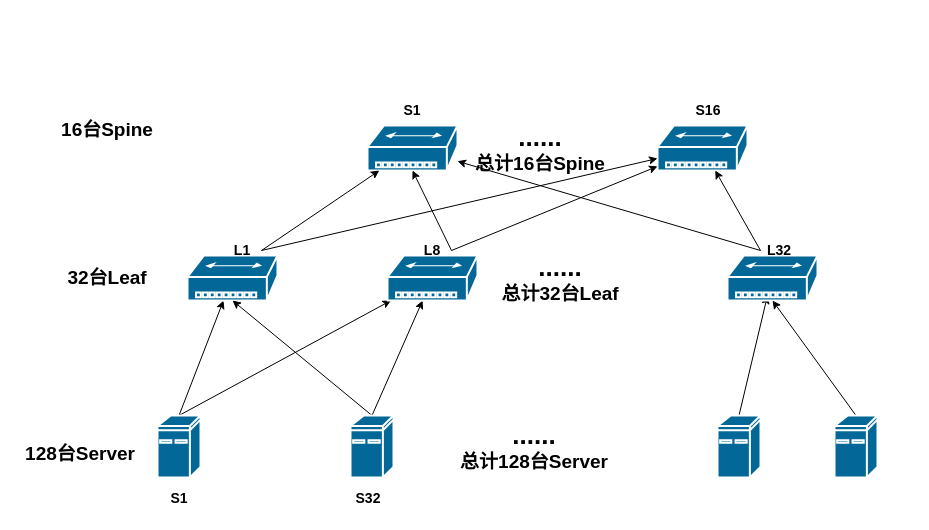
This is ib-h100.drawio from hel-2000/network-draw, a draw.io file, before an edit. Source tidied: cells renumbered, new cells numbered last; positions are measured from the earlier drawing's top-left corner, leaving out a move shared by most shapes. Both pictures are drawn from the tidied source at 100%, with x=0, y=0 at pixel (17, 95).
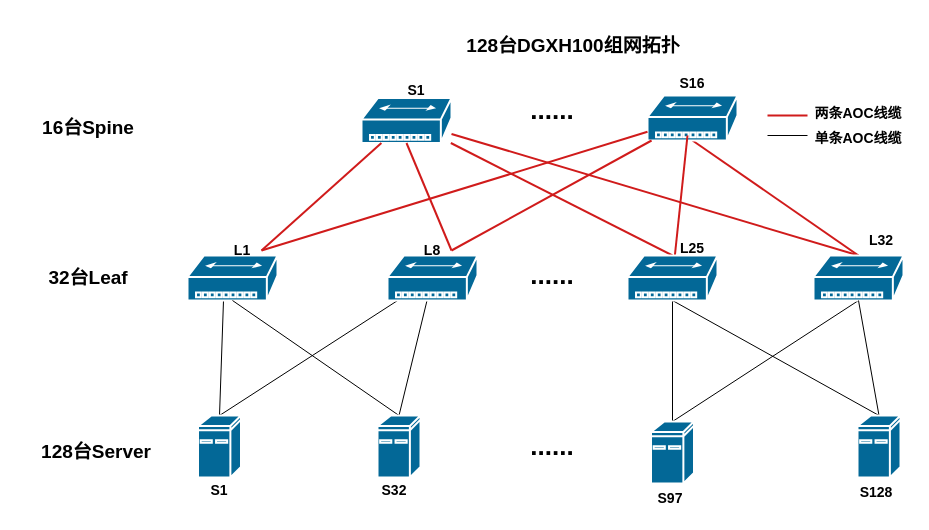
After the change.

The change refers to these unchanged cells:
```xml
<mxCell id="5" style="shape=mxgraph.cisco.hubs_and_gateways.small_hub;sketch=0;html=1;dashed=0;fillColor=#036897;strokeColor=#ffffff;strokeWidth=2;verticalLabelPosition=bottom;verticalAlign=top;align=center;outlineConnect=0;" parent="1" vertex="1">
  <mxGeometry x="170" y="160" width="90" height="45" as="geometry" />
</mxCell>
<mxCell id="19" style="shape=mxgraph.cisco.hubs_and_gateways.small_hub;sketch=0;html=1;dashed=0;fillColor=#036897;strokeColor=#ffffff;strokeWidth=2;verticalLabelPosition=bottom;verticalAlign=top;align=center;outlineConnect=0;" parent="1" vertex="1">
  <mxGeometry x="370" y="160" width="90" height="45" as="geometry" />
</mxCell>
<mxCell id="22" value="&lt;b style=&quot;&quot;&gt;&lt;font style=&quot;font-size: 14px;&quot;&gt;L1&lt;/font&gt;&lt;/b&gt;" style="text;strokeColor=none;align=center;fillColor=none;html=1;verticalAlign=middle;whiteSpace=wrap;rounded=0;" parent="1" vertex="1">
  <mxGeometry x="206" y="140" width="38" height="30" as="geometry" />
</mxCell>
<mxCell id="25" value="&lt;b style=&quot;&quot;&gt;&lt;font style=&quot;font-size: 14px;&quot;&gt;L8&lt;/font&gt;&lt;/b&gt;" style="text;strokeColor=none;align=center;fillColor=none;html=1;verticalAlign=middle;whiteSpace=wrap;rounded=0;" parent="1" vertex="1">
  <mxGeometry x="396" y="140" width="38" height="30" as="geometry" />
</mxCell>
```

What changed in the source:
```diff
@@
-    <mxCell id="2" style="rounded=0;jettySize=auto;html=1;exitX=0.5;exitY=0;exitDx=0;exitDy=0;exitPerimeter=0;entryX=1;entryY=1;entryDx=0;entryDy=0;" parent="1" edge="1" source="4">
+    <mxCell id="2" style="rounded=0;jettySize=auto;html=1;exitX=0.5;exitY=0;exitDx=0;exitDy=0;exitPerimeter=0;entryX=1;entryY=1;entryDx=0;entryDy=0;endArrow=none;endFill=0;" parent="1" edge="1" source="4">
       <mxGeometry relative="1" as="geometry">
         <mxPoint x="206" y="205" as="targetPoint" />
       </mxGeometry>
     </mxCell>
-    <mxCell id="3" style="rounded=0;jettySize=auto;html=1;exitX=0.5;exitY=0;exitDx=0;exitDy=0;exitPerimeter=0;" parent="1" edge="1" source="4" target="19">
+    <mxCell id="3" style="rounded=0;jettySize=auto;html=1;exitX=0.5;exitY=0;exitDx=0;exitDy=0;exitPerimeter=0;endArrow=none;endFill=0;" parent="1" edge="1" source="4" target="19">
       <mxGeometry relative="1" as="geometry" />
     </mxCell>
     <mxCell id="4" style="shape=mxgraph.cisco.computers_and_peripherals.ibm_mini_as400;sketch=0;html=1;dashed=0;fillColor=#036897;strokeColor=#ffffff;strokeWidth=2;verticalLabelPosition=bottom;verticalAlign=top;align=center;outlineConnect=0;" parent="1" vertex="1">
-      <mxGeometry x="140" y="320" width="43" height="62" as="geometry" />
+      <mxGeometry x="180.5" y="320" width="43" height="62" as="geometry" />
     </mxCell>
@@
-    <mxCell id="6" style="rounded=0;jettySize=auto;html=1;exitX=0.5;exitY=0;exitDx=0;exitDy=0;exitPerimeter=0;entryX=0.5;entryY=1;entryDx=0;entryDy=0;entryPerimeter=0;" parent="1" edge="1" source="8" target="5">
+    <mxCell id="6" style="rounded=0;jettySize=auto;html=1;exitX=0.5;exitY=0;exitDx=0;exitDy=0;exitPerimeter=0;entryX=0.5;entryY=1;entryDx=0;entryDy=0;entryPerimeter=0;endArrow=none;endFill=0;" parent="1" edge="1" source="8" target="5">
       <mxGeometry relative="1" as="geometry" />
     </mxCell>
-    <mxCell id="7" style="rounded=0;jettySize=auto;html=1;exitX=0.5;exitY=0;exitDx=0;exitDy=0;exitPerimeter=0;" parent="1" edge="1" source="8" target="19">
+    <mxCell id="7" style="rounded=0;jettySize=auto;html=1;exitX=0.5;exitY=0;exitDx=0;exitDy=0;exitPerimeter=0;endArrow=none;endFill=0;" parent="1" edge="1" source="8" target="19">
       <mxGeometry relative="1" as="geometry" />
     </mxCell>
     <mxCell id="8" style="shape=mxgraph.cisco.computers_and_peripherals.ibm_mini_as400;sketch=0;html=1;dashed=0;fillColor=#036897;strokeColor=#ffffff;strokeWidth=2;verticalLabelPosition=bottom;verticalAlign=top;align=center;outlineConnect=0;" parent="1" vertex="1">
-      <mxGeometry x="333" y="320" width="43" height="62" as="geometry" />
+      <mxGeometry x="360" y="320" width="43" height="62" as="geometry" />
     </mxCell>
-    <mxCell id="9" style="rounded=0;jettySize=auto;html=1;exitX=0.5;exitY=0;exitDx=0;exitDy=0;exitPerimeter=0;" parent="1" edge="1" source="10">
-      <mxGeometry relative="1" as="geometry">
-        <mxPoint x="750" y="200" as="targetPoint" />
-      </mxGeometry>
-    </mxCell>
+    <mxCell id="36" style="edgeStyle=orthogonalEdgeStyle;rounded=0;jettySize=auto;html=1;exitX=0.5;exitY=0;exitDx=0;exitDy=0;exitPerimeter=0;entryX=0.5;entryY=1;entryDx=0;entryDy=0;entryPerimeter=0;endArrow=none;endFill=0;" parent="1" edge="1" source="10" target="45">
+      <mxGeometry relative="1" as="geometry" />
+    </mxCell>
+    <mxCell id="37" style="rounded=0;jettySize=auto;html=1;exitX=0.5;exitY=0;exitDx=0;exitDy=0;exitPerimeter=0;entryX=0.5;entryY=1;entryDx=0;entryDy=0;entryPerimeter=0;endArrow=none;endFill=0;" parent="1" edge="1" source="10" target="12">
+      <mxGeometry relative="1" as="geometry" />
+    </mxCell>
     <mxCell id="10" style="shape=mxgraph.cisco.computers_and_peripherals.ibm_mini_as400;sketch=0;html=1;dashed=0;fillColor=#036897;strokeColor=#ffffff;strokeWidth=2;verticalLabelPosition=bottom;verticalAlign=top;align=center;outlineConnect=0;" parent="1" vertex="1">
-      <mxGeometry x="700" y="320" width="43" height="62" as="geometry" />
+      <mxGeometry x="633.5" y="326" width="43" height="62" as="geometry" />
     </mxCell>
     <mxCell id="11" style="shape=mxgraph.cisco.hubs_and_gateways.small_hub;sketch=0;html=1;dashed=0;fillColor=#036897;strokeColor=#ffffff;strokeWidth=2;verticalLabelPosition=bottom;verticalAlign=top;align=center;outlineConnect=0;" parent="1" vertex="1">
-      <mxGeometry x="350" y="30" width="90" height="45" as="geometry" />
+      <mxGeometry x="344" y="2.5" width="90" height="45" as="geometry" />
     </mxCell>
+    <mxCell id="38" style="rounded=1;jettySize=auto;html=1;exitX=0.5;exitY=0;exitDx=0;exitDy=0;exitPerimeter=0;entryX=0.5;entryY=1;entryDx=0;entryDy=0;entryPerimeter=0;endArrow=none;endFill=0;strokeWidth=2;strokeColor=#d01b1b;" parent="1" edge="1" source="12" target="13">
+      <mxGeometry relative="1" as="geometry" />
+    </mxCell>
+    <mxCell id="39" style="rounded=1;jettySize=auto;html=1;exitX=0.5;exitY=0;exitDx=0;exitDy=0;exitPerimeter=0;endArrow=none;strokeColor=#d01b1b;endFill=0;strokeWidth=2;" parent="1" edge="1" source="12" target="11">
+      <mxGeometry relative="1" as="geometry" />
+    </mxCell>
     <mxCell id="12" style="shape=mxgraph.cisco.hubs_and_gateways.small_hub;sketch=0;html=1;dashed=0;fillColor=#036897;strokeColor=#ffffff;strokeWidth=2;verticalLabelPosition=bottom;verticalAlign=top;align=center;outlineConnect=0;" parent="1" vertex="1">
-      <mxGeometry x="710" y="160" width="90" height="45" as="geometry" />
+      <mxGeometry x="796" y="160" width="90" height="45" as="geometry" />
     </mxCell>
     <mxCell id="13" style="shape=mxgraph.cisco.hubs_and_gateways.small_hub;sketch=0;html=1;dashed=0;fillColor=#036897;strokeColor=#ffffff;strokeWidth=2;verticalLabelPosition=bottom;verticalAlign=top;align=center;outlineConnect=0;" parent="1" vertex="1">
-      <mxGeometry x="640" y="30" width="90" height="45" as="geometry" />
+      <mxGeometry x="630" width="90" height="45" as="geometry" />
     </mxCell>
-    <mxCell id="14" style="rounded=0;jettySize=auto;html=1;exitX=0.5;exitY=0;exitDx=0;exitDy=0;exitPerimeter=0;entryX=0.5;entryY=1;entryDx=0;entryDy=0;entryPerimeter=0;" parent="1" edge="1" source="15" target="12">
+    <mxCell id="14" style="rounded=0;jettySize=auto;html=1;exitX=0.5;exitY=0;exitDx=0;exitDy=0;exitPerimeter=0;entryX=0.5;entryY=1;entryDx=0;entryDy=0;entryPerimeter=0;endArrow=none;endFill=0;" parent="1" edge="1" source="15" target="12">
       <mxGeometry relative="1" as="geometry" />
     </mxCell>
+    <mxCell id="40" style="rounded=0;jettySize=auto;html=1;exitX=0.5;exitY=0;exitDx=0;exitDy=0;exitPerimeter=0;entryX=0.5;entryY=1;entryDx=0;entryDy=0;entryPerimeter=0;endArrow=none;endFill=0;" parent="1" edge="1" source="15" target="45">
+      <mxGeometry relative="1" as="geometry" />
+    </mxCell>
     <mxCell id="15" style="shape=mxgraph.cisco.computers_and_peripherals.ibm_mini_as400;sketch=0;html=1;dashed=0;fillColor=#036897;strokeColor=#ffffff;strokeWidth=2;verticalLabelPosition=bottom;verticalAlign=top;align=center;outlineConnect=0;" parent="1" vertex="1">
-      <mxGeometry x="817" y="320" width="43" height="62" as="geometry" />
+      <mxGeometry x="840" y="320" width="43" height="62" as="geometry" />
     </mxCell>
-    <mxCell id="16" value="&lt;b style=&quot;&quot;&gt;&lt;span style=&quot;font-size: 26px;&quot;&gt;......&lt;/span&gt;&lt;br&gt;&lt;font style=&quot;font-size: 19px;&quot;&gt;总计128台Server&lt;/font&gt;&lt;/b&gt;" style="text;strokeColor=none;align=center;fillColor=none;html=1;verticalAlign=middle;whiteSpace=wrap;rounded=0;" parent="1" vertex="1">
-      <mxGeometry x="394" y="314" width="246" height="74" as="geometry" />
+    <mxCell id="16" value="&lt;b style=&quot;&quot;&gt;&lt;span style=&quot;font-size: 26px;&quot;&gt;......&lt;/span&gt;&lt;br&gt;&lt;/b&gt;" style="text;strokeColor=none;align=center;fillColor=none;html=1;verticalAlign=middle;whiteSpace=wrap;rounded=0;" parent="1" vertex="1">
+      <mxGeometry x="500" y="338.5" width="70" height="25" as="geometry" />
     </mxCell>
-    <mxCell id="17" value="&lt;b style=&quot;&quot;&gt;&lt;span style=&quot;font-size: 26px;&quot;&gt;......&lt;/span&gt;&lt;br&gt;&lt;font style=&quot;font-size: 19px;&quot;&gt;总计32台Leaf&lt;/font&gt;&lt;/b&gt;" style="text;strokeColor=none;align=center;fillColor=none;html=1;verticalAlign=middle;whiteSpace=wrap;rounded=0;" parent="1" vertex="1">
-      <mxGeometry x="420" y="145" width="246" height="75" as="geometry" />
-    </mxCell>
-    <mxCell id="18" value="&lt;b style=&quot;&quot;&gt;&lt;span style=&quot;font-size: 26px;&quot;&gt;......&lt;/span&gt;&lt;br&gt;&lt;font style=&quot;font-size: 19px;&quot;&gt;总计16台Spine&lt;/font&gt;&lt;/b&gt;" style="text;strokeColor=none;align=center;fillColor=none;html=1;verticalAlign=middle;whiteSpace=wrap;rounded=0;" parent="1" vertex="1">
-      <mxGeometry x="440" y="22.5" width="166" height="60" as="geometry" />
-    </mxCell>
@@
-    <mxCell id="20" style="rounded=0;jettySize=auto;html=1;exitX=1;exitY=0.5;exitDx=0;exitDy=0;" parent="1" edge="1" source="22" target="11">
+    <mxCell id="20" style="rounded=1;jettySize=auto;html=1;exitX=1;exitY=0.5;exitDx=0;exitDy=0;endArrow=none;strokeColor=#d01b1b;endFill=0;strokeWidth=2;" parent="1" edge="1" source="22" target="11">
       <mxGeometry relative="1" as="geometry" />
     </mxCell>
-    <mxCell id="21" style="rounded=0;jettySize=auto;html=1;exitX=1;exitY=0.5;exitDx=0;exitDy=0;" parent="1" edge="1" source="22" target="13">
+    <mxCell id="21" style="rounded=1;jettySize=auto;html=1;exitX=1;exitY=0.5;exitDx=0;exitDy=0;endArrow=none;strokeColor=#d01b1b;endFill=0;strokeWidth=2;" parent="1" edge="1" source="22" target="13">
       <mxGeometry relative="1" as="geometry" />
     </mxCell>
@@
-    <mxCell id="23" style="rounded=0;jettySize=auto;html=1;exitX=1;exitY=0.5;exitDx=0;exitDy=0;entryX=0.5;entryY=1;entryDx=0;entryDy=0;entryPerimeter=0;" parent="1" edge="1" source="25" target="11">
+    <mxCell id="23" style="rounded=1;jettySize=auto;html=1;exitX=1;exitY=0.5;exitDx=0;exitDy=0;entryX=0.5;entryY=1;entryDx=0;entryDy=0;entryPerimeter=0;endArrow=none;strokeColor=#d01b1b;endFill=0;strokeWidth=2;" parent="1" edge="1" source="25" target="11">
       <mxGeometry relative="1" as="geometry" />
     </mxCell>
-    <mxCell id="24" style="rounded=0;jettySize=auto;html=1;exitX=1;exitY=0.5;exitDx=0;exitDy=0;" parent="1" edge="1" source="25" target="13">
+    <mxCell id="24" style="rounded=1;jettySize=auto;html=1;exitX=1;exitY=0.5;exitDx=0;exitDy=0;endArrow=none;strokeColor=#d01b1b;endFill=0;strokeWidth=2;" parent="1" edge="1" source="25" target="13">
       <mxGeometry relative="1" as="geometry" />
     </mxCell>
@@
-    <mxCell id="26" style="rounded=0;jettySize=auto;html=1;exitX=0;exitY=0.5;exitDx=0;exitDy=0;" parent="1" edge="1" source="28" target="13">
-      <mxGeometry relative="1" as="geometry" />
-    </mxCell>
-    <mxCell id="27" style="rounded=0;jettySize=auto;html=1;exitX=0;exitY=0.5;exitDx=0;exitDy=0;" parent="1" edge="1" source="28" target="11">
-      <mxGeometry relative="1" as="geometry" />
-    </mxCell>
-    <mxCell id="28" value="&lt;b style=&quot;&quot;&gt;&lt;font style=&quot;font-size: 14px;&quot;&gt;L32&lt;/font&gt;&lt;/b&gt;" style="text;strokeColor=none;align=center;fillColor=none;html=1;verticalAlign=middle;whiteSpace=wrap;rounded=0;" parent="1" vertex="1">
-      <mxGeometry x="743" y="140" width="38" height="30" as="geometry" />
-    </mxCell>
     <mxCell id="29" value="&lt;span style=&quot;font-size: 14px;&quot;&gt;&lt;b&gt;S1&lt;/b&gt;&lt;/span&gt;" style="text;strokeColor=none;align=center;fillColor=none;html=1;verticalAlign=middle;whiteSpace=wrap;rounded=0;" parent="1" vertex="1">
-      <mxGeometry x="376" width="38" height="30" as="geometry" />
+      <mxGeometry x="380" y="-20" width="38" height="30" as="geometry" />
     </mxCell>
     <mxCell id="30" value="&lt;span style=&quot;font-size: 14px;&quot;&gt;&lt;b&gt;S16&lt;/b&gt;&lt;/span&gt;" style="text;strokeColor=none;align=center;fillColor=none;html=1;verticalAlign=middle;whiteSpace=wrap;rounded=0;" parent="1" vertex="1">
-      <mxGeometry x="672" width="38" height="30" as="geometry" />
+      <mxGeometry x="656" y="-27.5" width="38" height="30" as="geometry" />
     </mxCell>
     <mxCell id="31" value="&lt;b style=&quot;&quot;&gt;&lt;font style=&quot;font-size: 14px;&quot;&gt;S1&lt;/font&gt;&lt;/b&gt;" style="text;strokeColor=none;align=center;fillColor=none;html=1;verticalAlign=middle;whiteSpace=wrap;rounded=0;" parent="1" vertex="1">
-      <mxGeometry x="142.5" y="388" width="38" height="30" as="geometry" />
+      <mxGeometry x="183" y="380" width="38" height="30" as="geometry" />
     </mxCell>
     <mxCell id="32" value="&lt;b style=&quot;&quot;&gt;&lt;font style=&quot;font-size: 14px;&quot;&gt;S32&lt;/font&gt;&lt;/b&gt;" style="text;strokeColor=none;align=center;fillColor=none;html=1;verticalAlign=middle;whiteSpace=wrap;rounded=0;" parent="1" vertex="1">
-      <mxGeometry x="332" y="388" width="38" height="30" as="geometry" />
+      <mxGeometry x="358" y="380" width="38" height="30" as="geometry" />
     </mxCell>
     <mxCell id="33" value="&lt;b style=&quot;&quot;&gt;&lt;font style=&quot;font-size: 19px;&quot;&gt;128台Server&lt;/font&gt;&lt;/b&gt;" style="text;strokeColor=none;align=center;fillColor=none;html=1;verticalAlign=middle;whiteSpace=wrap;rounded=0;" parent="1" vertex="1">
-      <mxGeometry y="330" width="126" height="58" as="geometry" />
+      <mxGeometry x="16" y="328" width="126" height="58" as="geometry" />
     </mxCell>
     <mxCell id="34" value="&lt;b style=&quot;&quot;&gt;&lt;font style=&quot;font-size: 19px;&quot;&gt;32台Leaf&lt;/font&gt;&lt;/b&gt;" style="text;strokeColor=none;align=center;fillColor=none;html=1;verticalAlign=middle;whiteSpace=wrap;rounded=0;" parent="1" vertex="1">
-      <mxGeometry x="35" y="167.5" width="110" height="30" as="geometry" />
+      <mxGeometry x="16" y="167.5" width="110" height="30" as="geometry" />
     </mxCell>
     <mxCell id="35" value="&lt;b style=&quot;&quot;&gt;&lt;font style=&quot;font-size: 19px;&quot;&gt;16台Spine&lt;/font&gt;&lt;/b&gt;" style="text;strokeColor=none;align=center;fillColor=none;html=1;verticalAlign=middle;whiteSpace=wrap;rounded=0;" parent="1" vertex="1">
-      <mxGeometry x="40" y="22.5" width="100" height="25" as="geometry" />
+      <mxGeometry x="21" y="20" width="100" height="25" as="geometry" />
     </mxCell>
+    <mxCell id="41" value="&lt;b style=&quot;&quot;&gt;&lt;font style=&quot;font-size: 14px;&quot;&gt;S97&lt;/font&gt;&lt;/b&gt;" style="text;strokeColor=none;align=center;fillColor=none;html=1;verticalAlign=middle;whiteSpace=wrap;rounded=0;" parent="1" vertex="1">
+      <mxGeometry x="633.5" y="388" width="38" height="30" as="geometry" />
+    </mxCell>
+    <mxCell id="42" value="&lt;b style=&quot;&quot;&gt;&lt;font style=&quot;font-size: 14px;&quot;&gt;S128&lt;/font&gt;&lt;/b&gt;" style="text;strokeColor=none;align=center;fillColor=none;html=1;verticalAlign=middle;whiteSpace=wrap;rounded=0;" parent="1" vertex="1">
+      <mxGeometry x="840" y="382" width="38" height="30" as="geometry" />
+    </mxCell>
+    <mxCell id="43" style="rounded=1;jettySize=auto;html=1;endArrow=none;strokeColor=#d01b1b;endFill=0;strokeWidth=2;" parent="1" edge="1" source="45">
+      <mxGeometry relative="1" as="geometry">
+        <mxPoint x="670" y="40" as="targetPoint" />
+      </mxGeometry>
+    </mxCell>
+    <mxCell id="44" style="rounded=1;jettySize=auto;html=1;exitX=0.5;exitY=0;exitDx=0;exitDy=0;exitPerimeter=0;endArrow=none;strokeColor=#d01b1b;endFill=0;strokeWidth=2;" parent="1" edge="1" source="45" target="11">
+      <mxGeometry relative="1" as="geometry" />
+    </mxCell>
+    <mxCell id="45" style="shape=mxgraph.cisco.hubs_and_gateways.small_hub;sketch=0;html=1;dashed=0;fillColor=#036897;strokeColor=#ffffff;strokeWidth=2;verticalLabelPosition=bottom;verticalAlign=top;align=center;outlineConnect=0;" parent="1" vertex="1">
+      <mxGeometry x="610" y="160" width="90" height="45" as="geometry" />
+    </mxCell>
+    <mxCell id="28" value="&lt;b style=&quot;&quot;&gt;&lt;font style=&quot;font-size: 14px;&quot;&gt;L32&lt;/font&gt;&lt;/b&gt;" style="text;strokeColor=none;align=center;fillColor=none;html=1;verticalAlign=middle;whiteSpace=wrap;rounded=0;" parent="1" vertex="1">
+      <mxGeometry x="845" y="130" width="38" height="30" as="geometry" />
+    </mxCell>
+    <mxCell id="46" value="&lt;b style=&quot;&quot;&gt;&lt;font style=&quot;font-size: 14px;&quot;&gt;L25&lt;/font&gt;&lt;/b&gt;" style="text;strokeColor=none;align=center;fillColor=none;html=1;verticalAlign=middle;whiteSpace=wrap;rounded=0;" parent="1" vertex="1">
+      <mxGeometry x="656" y="137.5" width="38" height="30" as="geometry" />
+    </mxCell>
+    <mxCell id="47" value="&lt;b style=&quot;&quot;&gt;&lt;span style=&quot;font-size: 26px;&quot;&gt;......&lt;/span&gt;&lt;br&gt;&lt;/b&gt;" style="text;strokeColor=none;align=center;fillColor=none;html=1;verticalAlign=middle;whiteSpace=wrap;rounded=0;" parent="1" vertex="1">
+      <mxGeometry x="500" y="167.5" width="70" height="25" as="geometry" />
+    </mxCell>
+    <mxCell id="48" value="&lt;b style=&quot;&quot;&gt;&lt;span style=&quot;font-size: 26px;&quot;&gt;......&lt;/span&gt;&lt;br&gt;&lt;/b&gt;" style="text;strokeColor=none;align=center;fillColor=none;html=1;verticalAlign=middle;whiteSpace=wrap;rounded=0;" parent="1" vertex="1">
+      <mxGeometry x="500" y="2.5" width="70" height="25" as="geometry" />
+    </mxCell>
+    <mxCell id="49" value="&lt;b style=&quot;&quot;&gt;&lt;font style=&quot;font-size: 19px;&quot;&gt;128台DGXH100组网拓扑&lt;/font&gt;&lt;/b&gt;" style="text;strokeColor=none;align=center;fillColor=none;html=1;verticalAlign=middle;whiteSpace=wrap;rounded=0;" parent="1" vertex="1">
+      <mxGeometry x="403" y="-78" width="306" height="58" as="geometry" />
+    </mxCell>
+    <mxCell id="50" style="rounded=1;orthogonalLoop=1;jettySize=auto;html=1;endArrow=none;endFill=0;strokeWidth=2;strokeColor=#d01b1b;" parent="1" edge="1">
+      <mxGeometry relative="1" as="geometry">
+        <mxPoint x="790" y="20" as="sourcePoint" />
+        <mxPoint x="750" y="20" as="targetPoint" />
+      </mxGeometry>
+    </mxCell>
+    <mxCell id="51" style="rounded=0;orthogonalLoop=1;jettySize=auto;html=1;endArrow=none;endFill=0;" parent="1" edge="1">
+      <mxGeometry relative="1" as="geometry">
+        <mxPoint x="790" y="40" as="sourcePoint" />
+        <mxPoint x="750" y="40" as="targetPoint" />
+      </mxGeometry>
+    </mxCell>
+    <mxCell id="52" value="&lt;b style=&quot;&quot;&gt;&lt;font style=&quot;font-size: 14px;&quot;&gt;两条AOC线缆&lt;/font&gt;&lt;/b&gt;" style="text;strokeColor=none;align=center;fillColor=none;html=1;verticalAlign=middle;whiteSpace=wrap;rounded=0;" parent="1" vertex="1">
+      <mxGeometry x="792" y="2.5" width="98" height="30" as="geometry" />
+    </mxCell>
+    <mxCell id="53" value="&lt;b style=&quot;&quot;&gt;&lt;font style=&quot;font-size: 14px;&quot;&gt;单条AOC线缆&lt;/font&gt;&lt;/b&gt;" style="text;strokeColor=none;align=center;fillColor=none;html=1;verticalAlign=middle;whiteSpace=wrap;rounded=0;" parent="1" vertex="1">
+      <mxGeometry x="787" y="27.5" width="108" height="30" as="geometry" />
+    </mxCell>
```
